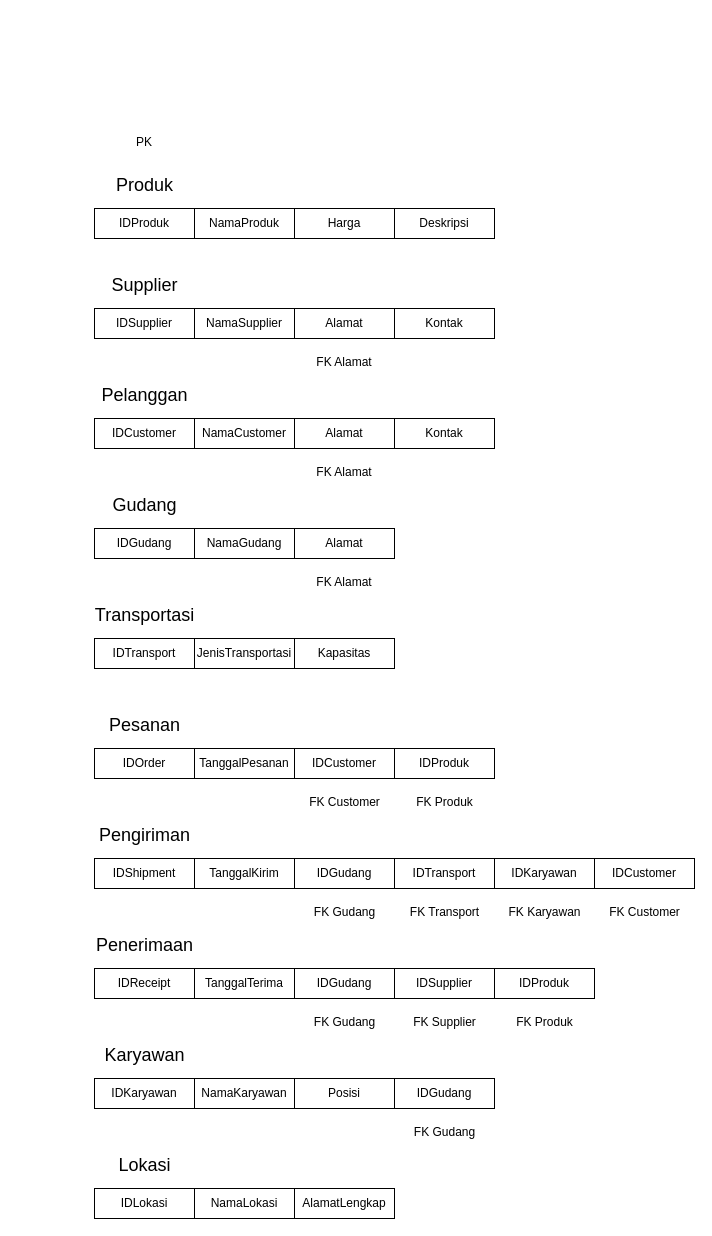
This is page "Schema Data Model" (2 of 10) of logistic-management-system.drawio from Firzh/semester-3, a draw.io file, before an edit. Source tidied: cells renumbered, new cells numbered last; positions are measured from the earlier drawing's top-left corner, leaving out a move shared by most shapes. Both pictures are drawn from the tidied source at 100%, with x=0, y=0 at pixel (16, 128).
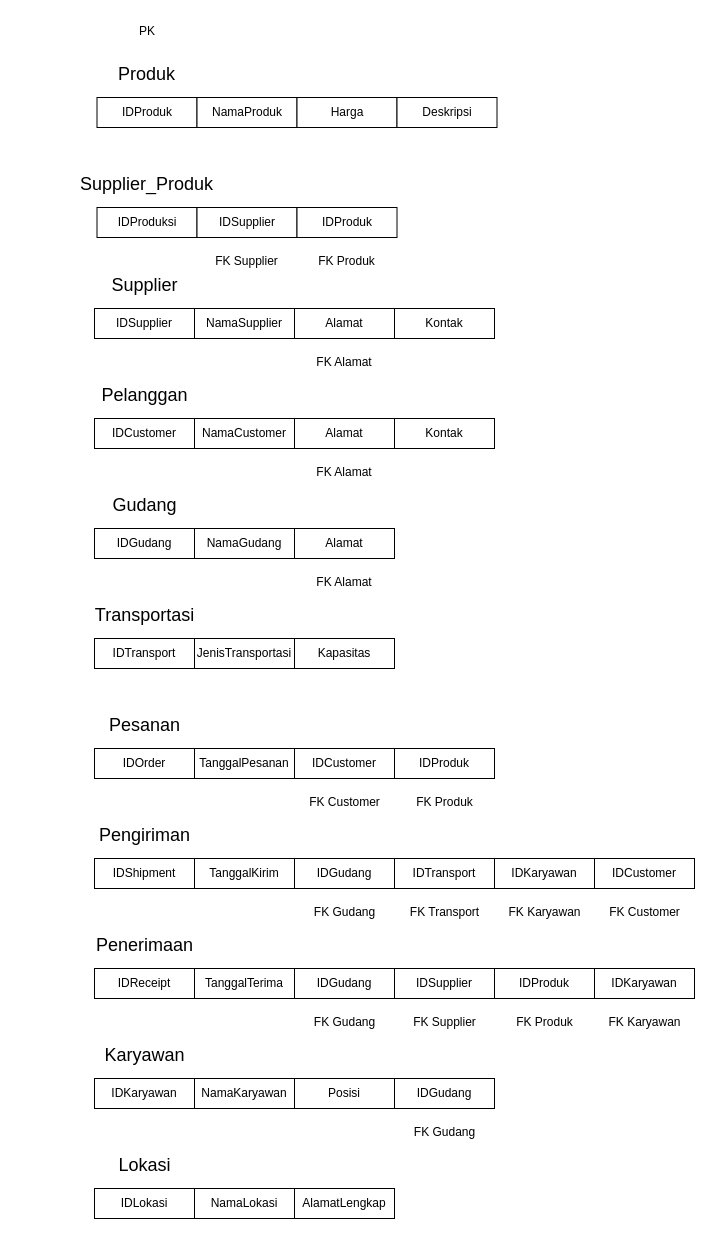
The same page after the edit.

Diff of the diagram source:
```diff
@@
     <mxCell id="2" value="IDProduk" style="whiteSpace=wrap;html=1;align=center;" parent="1" vertex="1">
-      <mxGeometry x="78" y="80" width="100" height="30" as="geometry" />
+      <mxGeometry x="80.5" y="-31" width="100" height="30" as="geometry" />
     </mxCell>
     <mxCell id="3" value="&lt;font style=&quot;font-size: 18px;&quot;&gt;Produk&lt;/font&gt;" style="text;strokeColor=none;fillColor=none;spacingLeft=4;spacingRight=4;overflow=hidden;fontSize=12;whiteSpace=wrap;html=1;align=center;" parent="1" vertex="1">
-      <mxGeometry x="0.5" y="40" width="255" height="30" as="geometry" />
+      <mxGeometry x="3" y="-71" width="255" height="30" as="geometry" />
     </mxCell>
     <mxCell id="4" value="NamaProduk" style="whiteSpace=wrap;html=1;align=center;" parent="1" vertex="1">
-      <mxGeometry x="178" y="80" width="100" height="30" as="geometry" />
+      <mxGeometry x="180.5" y="-31" width="100" height="30" as="geometry" />
     </mxCell>
     <mxCell id="5" value="Harga" style="whiteSpace=wrap;html=1;align=center;" parent="1" vertex="1">
-      <mxGeometry x="278" y="80" width="100" height="30" as="geometry" />
+      <mxGeometry x="280.5" y="-31" width="100" height="30" as="geometry" />
     </mxCell>
     <mxCell id="6" value="Deskripsi" style="whiteSpace=wrap;html=1;align=center;" parent="1" vertex="1">
-      <mxGeometry x="378" y="80" width="100" height="30" as="geometry" />
+      <mxGeometry x="380.5" y="-31" width="100" height="30" as="geometry" />
     </mxCell>
@@
     <mxCell id="13" value="PK" style="text;strokeColor=none;fillColor=none;spacingLeft=4;spacingRight=4;overflow=hidden;fontSize=12;whiteSpace=wrap;html=1;align=center;" parent="1" vertex="1">
-      <mxGeometry x="93" width="70" height="30" as="geometry" />
+      <mxGeometry x="95.5" y="-111" width="70" height="30" as="geometry" />
     </mxCell>
@@
+    <mxCell id="66" value="IDKaryawan" style="whiteSpace=wrap;html=1;align=center;" parent="1" vertex="1">
+      <mxGeometry x="578" y="840" width="100" height="30" as="geometry" />
+    </mxCell>
+    <mxCell id="67" value="FK Karyawan" style="text;strokeColor=none;fillColor=none;spacingLeft=4;spacingRight=4;overflow=hidden;fontSize=12;whiteSpace=wrap;html=1;align=center;" parent="1" vertex="1">
+      <mxGeometry x="580.5" y="880" width="95" height="30" as="geometry" />
+    </mxCell>
+    <mxCell id="68" value="IDProduksi" style="whiteSpace=wrap;html=1;align=center;" parent="1" vertex="1">
+      <mxGeometry x="80.5" y="79" width="100" height="30" as="geometry" />
+    </mxCell>
+    <mxCell id="69" value="&lt;font style=&quot;font-size: 18px;&quot;&gt;Supplier_Produk&lt;/font&gt;" style="text;strokeColor=none;fillColor=none;spacingLeft=4;spacingRight=4;overflow=hidden;fontSize=12;whiteSpace=wrap;html=1;align=center;" parent="1" vertex="1">
+      <mxGeometry x="3" y="39" width="255" height="30" as="geometry" />
+    </mxCell>
+    <mxCell id="70" value="IDSupplier" style="whiteSpace=wrap;html=1;align=center;" parent="1" vertex="1">
+      <mxGeometry x="180.5" y="79" width="100" height="30" as="geometry" />
+    </mxCell>
+    <mxCell id="71" value="IDProduk" style="whiteSpace=wrap;html=1;align=center;" parent="1" vertex="1">
+      <mxGeometry x="280.5" y="79" width="100" height="30" as="geometry" />
+    </mxCell>
+    <mxCell id="72" value="FK Supplier" style="text;strokeColor=none;fillColor=none;spacingLeft=4;spacingRight=4;overflow=hidden;fontSize=12;whiteSpace=wrap;html=1;align=center;" parent="1" vertex="1">
+      <mxGeometry x="188" y="119" width="85" height="30" as="geometry" />
+    </mxCell>
+    <mxCell id="73" value="FK Produk" style="text;strokeColor=none;fillColor=none;spacingLeft=4;spacingRight=4;overflow=hidden;fontSize=12;whiteSpace=wrap;html=1;align=center;" parent="1" vertex="1">
+      <mxGeometry x="288" y="119" width="85" height="30" as="geometry" />
+    </mxCell>
```
